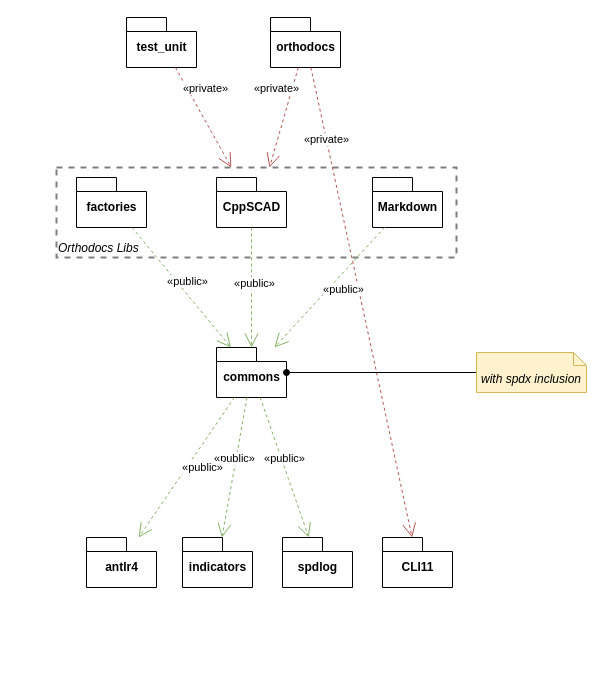
ggabbiani/orthodocs keeps this draw.io diagram as page "targets" (6 of 7) of docs/process.drawio. Above is the earlier version. Source tidied: cells renumbered, new cells numbered last; positions are measured from the earlier drawing's top-left corner, leaving out a move shared by most shapes. Both pictures are drawn from the tidied source at 100%, with x=0, y=0 at pixel (56, 17).
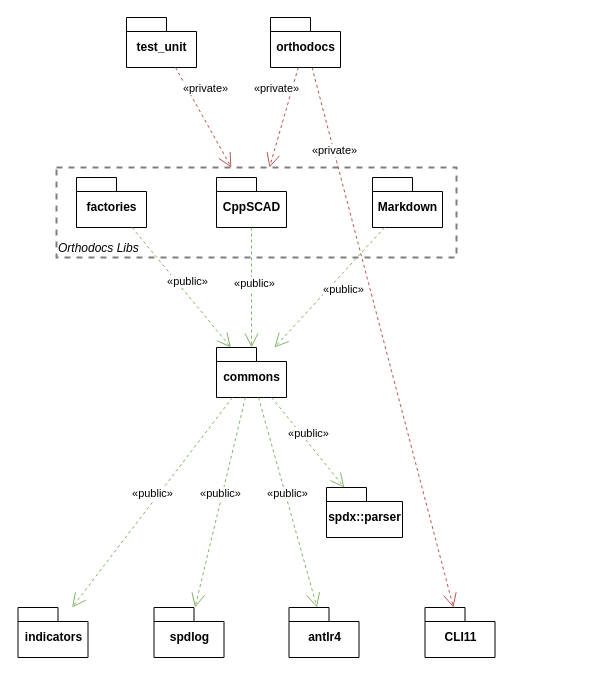
The same page after the edit.

Unchanged cells that the change refers to:
```xml
<mxCell id="6" value="commons" style="shape=folder;fontStyle=1;spacingTop=10;tabWidth=40;tabHeight=14;tabPosition=left;html=1;" parent="1" vertex="1">
  <mxGeometry x="160" y="330" width="70" height="50" as="geometry" />
</mxCell>
```

Change to the diagram source:
```diff
@@
     <mxCell id="8" value="indicators" style="shape=folder;fontStyle=1;spacingTop=10;tabWidth=40;tabHeight=14;tabPosition=left;html=1;" parent="1" vertex="1">
-      <mxGeometry x="126" y="520" width="70" height="50" as="geometry" />
+      <mxGeometry x="-38.5" y="590" width="70" height="50" as="geometry" />
     </mxCell>
     <mxCell id="9" value="spdlog" style="shape=folder;fontStyle=1;spacingTop=10;tabWidth=40;tabHeight=14;tabPosition=left;html=1;" parent="1" vertex="1">
-      <mxGeometry x="226" y="520" width="70" height="50" as="geometry" />
+      <mxGeometry x="97.5" y="590" width="70" height="50" as="geometry" />
     </mxCell>
     <mxCell id="10" value="antlr4" style="shape=folder;fontStyle=1;spacingTop=10;tabWidth=40;tabHeight=14;tabPosition=left;html=1;" parent="1" vertex="1">
-      <mxGeometry x="30" y="520" width="70" height="50" as="geometry" />
+      <mxGeometry x="232.5" y="590" width="70" height="50" as="geometry" />
     </mxCell>
     <mxCell id="11" value="CLI11" style="shape=folder;fontStyle=1;spacingTop=10;tabWidth=40;tabHeight=14;tabPosition=left;html=1;" parent="1" vertex="1">
-      <mxGeometry x="326" y="520" width="70" height="50" as="geometry" />
+      <mxGeometry x="368.5" y="590" width="70" height="50" as="geometry" />
     </mxCell>
@@
     <mxCell id="21" value="«public»" style="edgeStyle=none;html=1;endArrow=open;endSize=12;dashed=1;verticalAlign=bottom;rounded=0;fillColor=#d5e8d4;strokeColor=#82b366;" parent="1" edge="1" source="6" target="10">
-      <mxGeometry x="-0.02" y="18" relative="1" as="geometry" />
+      <mxGeometry relative="1" as="geometry" />
     </mxCell>
-    <mxCell id="22" style="rounded=0;jettySize=auto;html=1;endArrow=oval;endFill=1;" parent="1" edge="1" source="23" target="6">
-      <mxGeometry relative="1" as="geometry" />
-    </mxCell>
-    <mxCell id="23" value="with spdx inclusion" style="shape=note2;boundedLbl=1;whiteSpace=wrap;html=1;size=13;verticalAlign=top;align=center;fillColor=#fff2cc;strokeColor=#d6b656;fontStyle=2;" parent="1" vertex="1">
-      <mxGeometry x="420" y="335" width="110" height="40" as="geometry" />
-    </mxCell>
+    <mxCell id="24" value="spdx::parser" style="shape=folder;fontStyle=1;spacingTop=10;tabWidth=40;tabHeight=14;tabPosition=left;html=1;" parent="1" vertex="1">
+      <mxGeometry x="270" y="470" width="76" height="50" as="geometry" />
+    </mxCell>
+    <mxCell id="25" value="«public»" style="edgeStyle=none;html=1;endArrow=open;endSize=12;dashed=1;verticalAlign=bottom;rounded=0;fillColor=#d5e8d4;strokeColor=#82b366;" parent="1" edge="1" source="6" target="24">
+      <mxGeometry relative="1" as="geometry" />
+    </mxCell>
```
